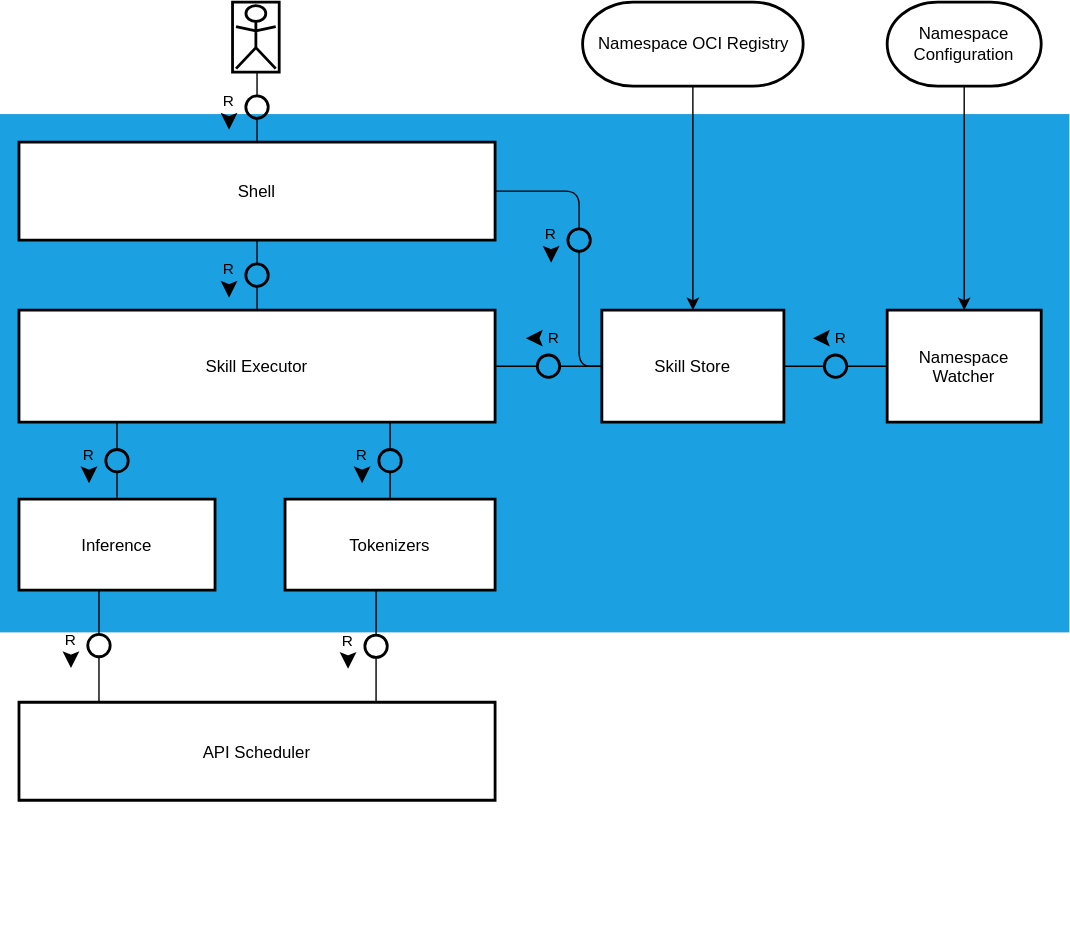
Aleph-Alpha/pharia-engine keeps this draw.io diagram as tam/actors-block.drawio.svg. Above is the earlier version. Source tidied: cells renumbered, new cells last; positions are measured from the earlier drawing's top-left corner, leaving out a move shared by most shapes.
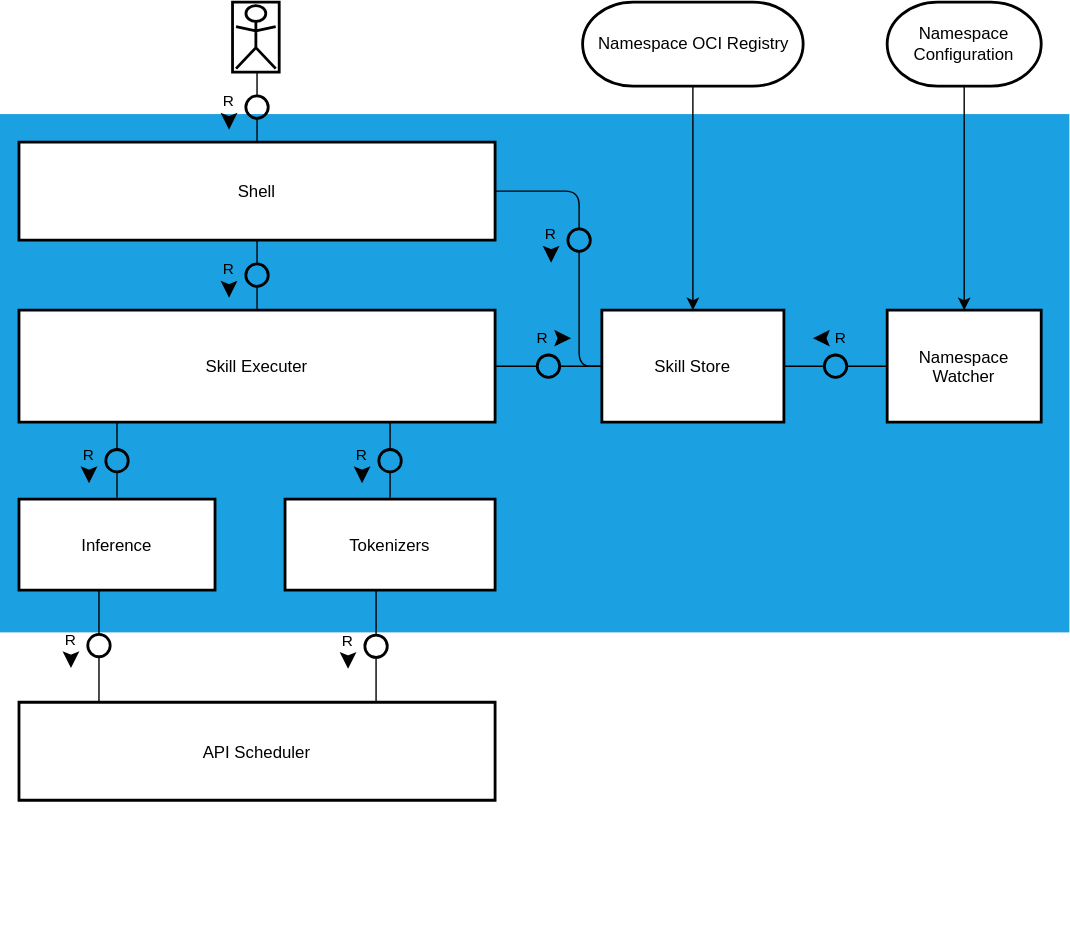
The same diagram one commit later.

Commit message:
doc: fix arrow direction

Change to the diagram source:
```diff
@@ -14,7 +14,7 @@
     <mxCell id="5" value="Skill Store" style="shape=agent;offsetSize=8;strokeWidth=2;" parent="1" vertex="1">
       <mxGeometry x="430.2" y="220" width="130" height="80" as="geometry" />
     </mxCell>
-    <mxCell id="6" style="shape=useedge;endArrow=none;edgeStyle=none;useSignPosition=up;useSignDirection=east;exitX=0;exitY=0.5;exitDx=0;exitDy=0;entryX=1;entryY=0.5;entryDx=0;entryDy=0;" parent="1" edge="1" source="5" target="3">
+    <mxCell id="6" style="shape=useedge;endArrow=none;edgeStyle=none;useSignPosition=up;useSignDirection=west;exitX=0;exitY=0.5;exitDx=0;exitDy=0;entryX=1;entryY=0.5;entryDx=0;entryDy=0;" parent="1" edge="1" source="5" target="3">
       <mxGeometry relative="1" as="geometry" />
     </mxCell>
     <mxCell id="7" value="Namespace OCI Registry" style="rounded=1;whiteSpace=wrap;html=1;arcSize=60;strokeWidth=2;" parent="1" vertex="1">
```
